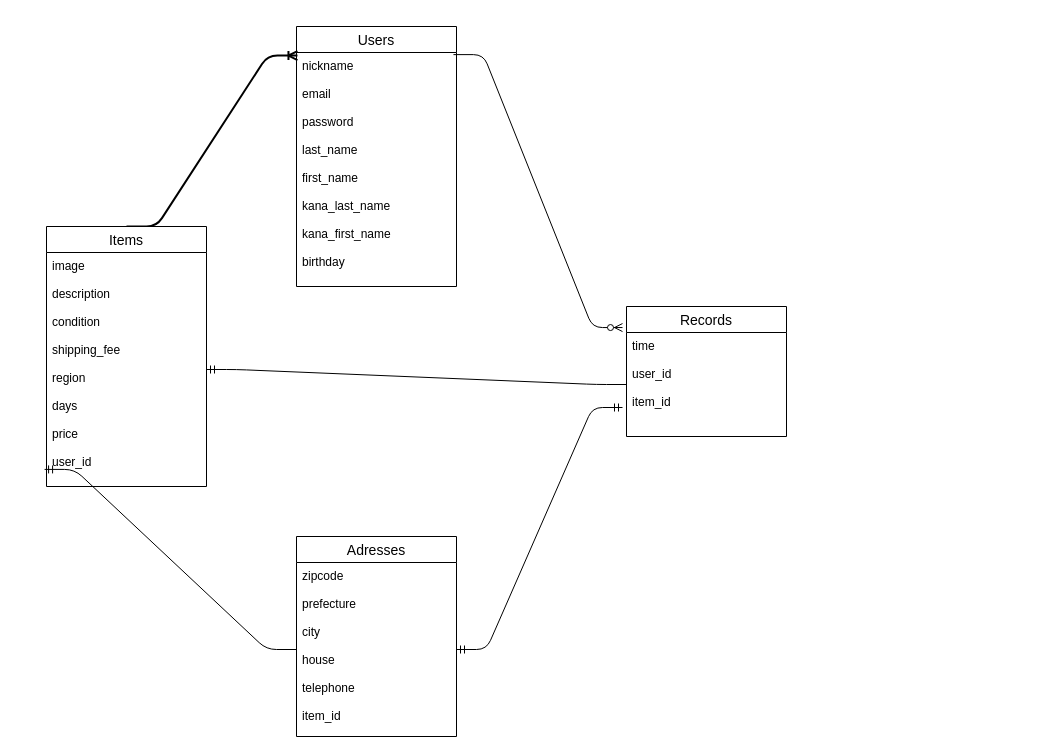
This is ER.dio from akito1201/furima-31677, a draw.io file, before an edit. Source tidied: cells renumbered, new cells numbered last; positions are measured from the earlier drawing's top-left corner, leaving out a move shared by most shapes. Both pictures are drawn from the tidied source at 100%, with x=0, y=0 at pixel (46, 26).
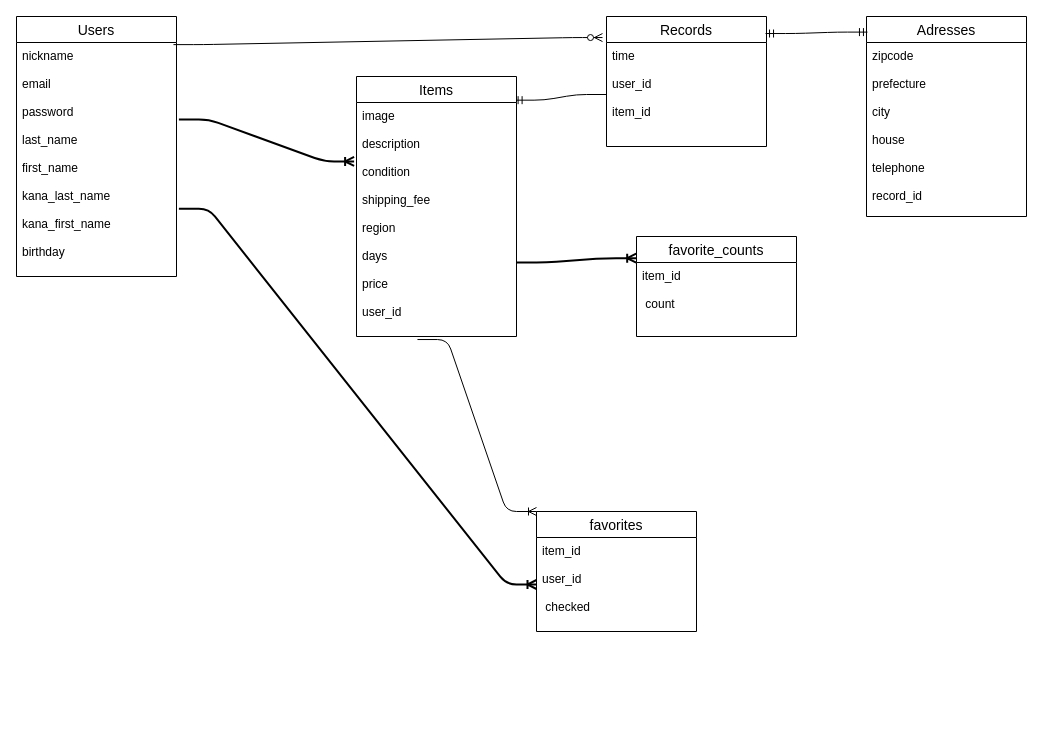
The same page after the edit.

Unchanged cells that the change refers to:
```xml
<mxCell id="3" value="nickname&#10;&#10;email&#10;&#10;password&#10;&#10;last_name&#10;&#10;first_name&#10;&#10;kana_last_name&#10;&#10;kana_first_name&#10;&#10;birthday" style="text;strokeColor=none;fillColor=none;spacingLeft=4;spacingRight=4;overflow=hidden;points=[[0,0.5],[1,0.5]];portConstraint=eastwest;fontSize=12;" parent="2" vertex="1">
  <mxGeometry y="26" width="160" height="234" as="geometry" />
</mxCell>
<mxCell id="10" value="time&#10;&#10;user_id&#10;&#10;item_id" style="text;strokeColor=none;fillColor=none;spacingLeft=4;spacingRight=4;overflow=hidden;points=[[0,0.5],[1,0.5]];portConstraint=eastwest;fontSize=12;" parent="9" vertex="1">
  <mxGeometry y="26" width="160" height="104" as="geometry" />
</mxCell>
<mxCell id="14" value="image&#10;&#10;description&#10;&#10;condition&#10;&#10;shipping_fee&#10;&#10;region&#10;&#10;days&#10;&#10;price&#10;&#10;user_id" style="text;strokeColor=none;fillColor=none;spacingLeft=4;spacingRight=4;overflow=hidden;points=[[0,0.5],[1,0.5]];portConstraint=eastwest;fontSize=12;" parent="13" vertex="1">
  <mxGeometry y="26" width="160" height="234" as="geometry" />
</mxCell>
```

What changed in the source:
```diff
@@
     <mxCell id="2" value="Users" style="swimlane;fontStyle=0;horizontal=1;startSize=26;align=center;fontSize=14;" parent="1" vertex="1">
-      <mxGeometry x="250" width="160" height="260" as="geometry" />
+      <mxGeometry x="-30" y="-10" width="160" height="260" as="geometry" />
     </mxCell>
@@
-    <mxCell id="4" style="edgeStyle=entityRelationEdgeStyle;fontSize=12;html=1;endArrow=ERoneToMany;exitX=0.5;exitY=0;exitDx=0;exitDy=0;entryX=0.006;entryY=0.112;entryDx=0;entryDy=0;entryPerimeter=0;strokeWidth=2;" parent="1" edge="1" source="13" target="2">
-      <mxGeometry relative="1" as="geometry" />
-    </mxCell>
@@
-    <mxCell id="6" style="edgeStyle=entityRelationEdgeStyle;fontSize=12;html=1;endArrow=ERmandOne;" parent="1" edge="1" source="10" target="14">
+    <mxCell id="6" style="edgeStyle=entityRelationEdgeStyle;fontSize=12;html=1;endArrow=ERmandOne;entryX=0.985;entryY=-0.01;entryDx=0;entryDy=0;entryPerimeter=0;" parent="1" edge="1" source="10" target="14">
       <mxGeometry relative="1" as="geometry" />
     </mxCell>
     <mxCell id="7" value="Adresses" style="swimlane;fontStyle=0;horizontal=1;startSize=26;align=center;fontSize=14;" parent="1" vertex="1">
-      <mxGeometry x="250" y="510" width="160" height="200" as="geometry" />
+      <mxGeometry x="820" y="-10" width="160" height="200" as="geometry" />
     </mxCell>
-    <mxCell id="8" value="zipcode&#10;&#10;prefecture&#10;&#10;city&#10;&#10;house&#10;&#10;telephone&#10;&#10;item_id" style="text;strokeColor=none;fillColor=none;spacingLeft=4;spacingRight=4;overflow=hidden;points=[[0,0.5],[1,0.5]];portConstraint=eastwest;fontSize=12;" parent="7" vertex="1">
+    <mxCell id="8" value="zipcode&#10;&#10;prefecture&#10;&#10;city&#10;&#10;house&#10;&#10;telephone&#10;&#10;record_id" style="text;strokeColor=none;fillColor=none;spacingLeft=4;spacingRight=4;overflow=hidden;points=[[0,0.5],[1,0.5]];portConstraint=eastwest;fontSize=12;" parent="7" vertex="1">
       <mxGeometry y="26" width="160" height="174" as="geometry" />
     </mxCell>
     <mxCell id="9" value="Records" style="swimlane;fontStyle=0;horizontal=1;startSize=26;align=center;fontSize=14;" parent="1" vertex="1">
-      <mxGeometry x="580" y="280" width="160" height="130" as="geometry" />
+      <mxGeometry x="560" y="-10" width="160" height="130" as="geometry" />
     </mxCell>
@@
-    <mxCell id="11" style="edgeStyle=entityRelationEdgeStyle;fontSize=12;html=1;endArrow=ERmandOne;startArrow=ERmandOne;" parent="1" edge="1" source="8">
-      <mxGeometry relative="1" as="geometry">
-        <mxPoint x="576" y="381" as="targetPoint" />
-      </mxGeometry>
+    <mxCell id="11" style="edgeStyle=entityRelationEdgeStyle;fontSize=12;html=1;endArrow=ERmandOne;startArrow=ERmandOne;entryX=0.994;entryY=0.131;entryDx=0;entryDy=0;entryPerimeter=0;exitX=0.006;exitY=0.078;exitDx=0;exitDy=0;exitPerimeter=0;" parent="1" edge="1" source="7" target="9">
+      <mxGeometry relative="1" as="geometry" />
     </mxCell>
-    <mxCell id="12" style="edgeStyle=entityRelationEdgeStyle;fontSize=12;html=1;endArrow=ERmandOne;entryX=-0.012;entryY=0.927;entryDx=0;entryDy=0;entryPerimeter=0;" parent="1" edge="1" source="8" target="14">
-      <mxGeometry relative="1" as="geometry" />
-    </mxCell>
     <mxCell id="13" value="Items" style="swimlane;fontStyle=0;horizontal=1;startSize=26;align=center;fontSize=14;" parent="1" vertex="1">
-      <mxGeometry y="200" width="160" height="260" as="geometry" />
+      <mxGeometry x="310" y="50" width="160" height="260" as="geometry" />
     </mxCell>
@@
+    <mxCell id="15" style="edgeStyle=orthogonalEdgeStyle;rounded=0;orthogonalLoop=1;jettySize=auto;html=1;exitX=1;exitY=0.5;exitDx=0;exitDy=0;" parent="13" edge="1" source="14" target="14">
+      <mxGeometry relative="1" as="geometry" />
+    </mxCell>
+    <mxCell id="4" style="edgeStyle=entityRelationEdgeStyle;fontSize=12;html=1;endArrow=ERoneToMany;exitX=1.015;exitY=0.329;exitDx=0;exitDy=0;entryX=-0.015;entryY=0.252;entryDx=0;entryDy=0;entryPerimeter=0;strokeWidth=2;exitPerimeter=0;" parent="1" edge="1" source="3" target="14">
+      <mxGeometry relative="1" as="geometry" />
+    </mxCell>
+    <mxCell id="16" value="favorites" style="swimlane;fontStyle=0;horizontal=1;startSize=26;align=center;fontSize=14;" parent="1" vertex="1">
+      <mxGeometry x="490" y="485" width="160" height="120" as="geometry" />
+    </mxCell>
+    <mxCell id="17" value="item_id&#10;&#10;user_id&#10;&#10; checked" style="text;strokeColor=none;fillColor=none;spacingLeft=4;spacingRight=4;overflow=hidden;points=[[0,0.5],[1,0.5]];portConstraint=eastwest;fontSize=12;" parent="16" vertex="1">
+      <mxGeometry y="26" width="160" height="94" as="geometry" />
+    </mxCell>
+    <mxCell id="18" style="edgeStyle=orthogonalEdgeStyle;rounded=0;orthogonalLoop=1;jettySize=auto;html=1;exitX=1;exitY=0.5;exitDx=0;exitDy=0;" parent="16" edge="1" source="17" target="17">
+      <mxGeometry relative="1" as="geometry" />
+    </mxCell>
+    <mxCell id="19" style="edgeStyle=entityRelationEdgeStyle;fontSize=12;html=1;endArrow=ERoneToMany;exitX=1.015;exitY=0.711;exitDx=0;exitDy=0;entryX=0;entryY=0.5;entryDx=0;entryDy=0;strokeWidth=2;exitPerimeter=0;" parent="1" edge="1" source="3" target="17">
+      <mxGeometry relative="1" as="geometry" />
+    </mxCell>
+    <mxCell id="20" value="favorite_counts" style="swimlane;fontStyle=0;horizontal=1;startSize=26;align=center;fontSize=14;" parent="1" vertex="1">
+      <mxGeometry x="590" y="210" width="160" height="100" as="geometry" />
+    </mxCell>
+    <mxCell id="21" value="item_id&#10;&#10; count" style="text;strokeColor=none;fillColor=none;spacingLeft=4;spacingRight=4;overflow=hidden;points=[[0,0.5],[1,0.5]];portConstraint=eastwest;fontSize=12;" parent="20" vertex="1">
+      <mxGeometry y="26" width="160" height="74" as="geometry" />
+    </mxCell>
+    <mxCell id="22" style="edgeStyle=orthogonalEdgeStyle;rounded=0;orthogonalLoop=1;jettySize=auto;html=1;exitX=1;exitY=0.5;exitDx=0;exitDy=0;" parent="20" edge="1" source="21" target="21">
+      <mxGeometry relative="1" as="geometry" />
+    </mxCell>
+    <mxCell id="23" style="edgeStyle=entityRelationEdgeStyle;fontSize=12;html=1;endArrow=ERoneToMany;exitX=1.015;exitY=0.329;exitDx=0;exitDy=0;entryX=-0.002;entryY=-0.059;entryDx=0;entryDy=0;entryPerimeter=0;strokeWidth=2;exitPerimeter=0;" parent="20" edge="1" target="21">
+      <mxGeometry relative="1" as="geometry">
+        <mxPoint x="-120" y="26" as="sourcePoint" />
+      </mxGeometry>
+    </mxCell>
+    <mxCell id="24" style="edgeStyle=entityRelationEdgeStyle;fontSize=12;html=1;endArrow=ERoneToMany;exitX=0.381;exitY=1.013;exitDx=0;exitDy=0;exitPerimeter=0;entryX=0;entryY=0;entryDx=0;entryDy=0;" parent="1" edge="1" source="14" target="16">
+      <mxGeometry relative="1" as="geometry" />
+    </mxCell>
```
